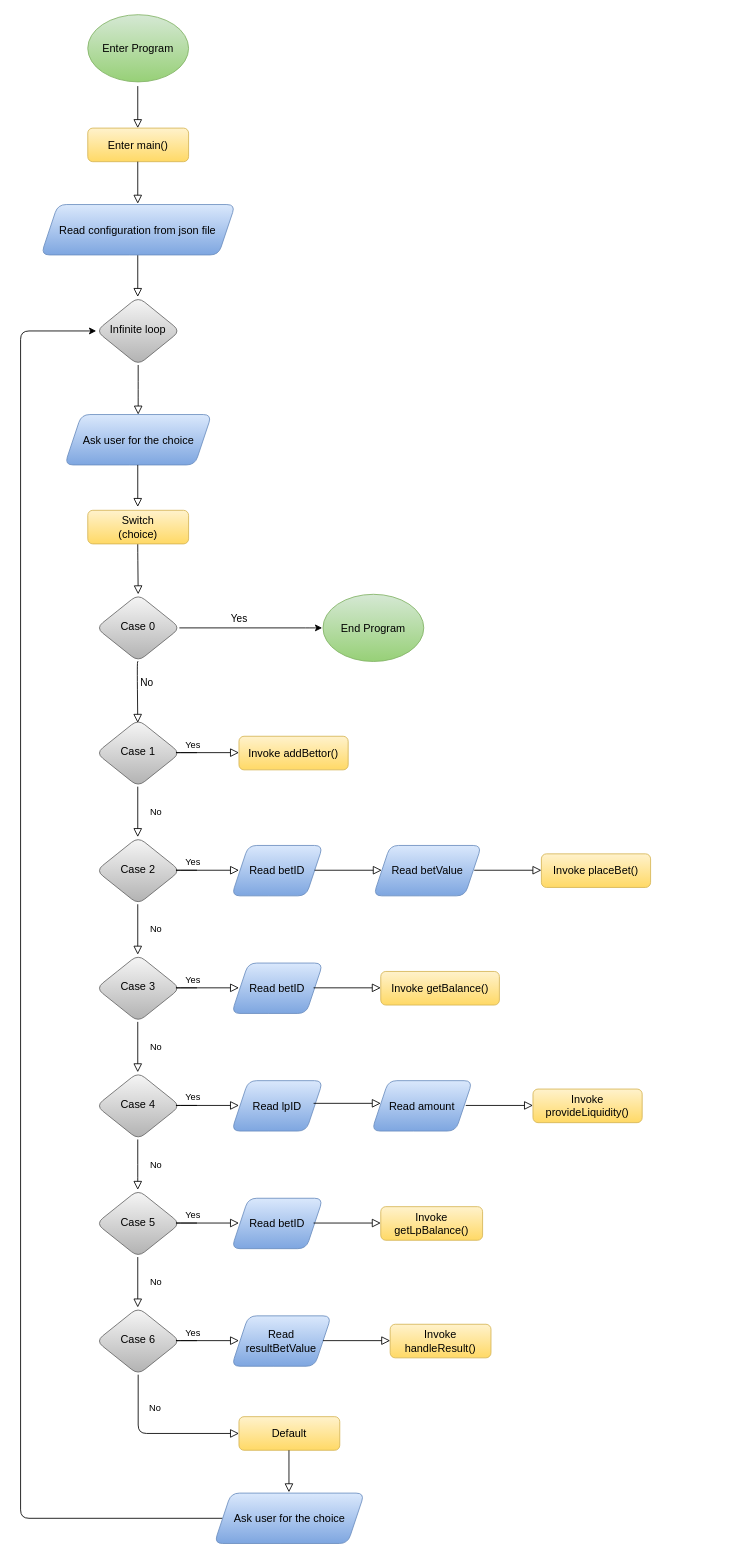
Above: Untitled Diagram.drawio in Bhawana15/betting_contract (draw.io), before the change. Source tidied: cells renumbered, new cells numbered last; positions are measured from the earlier drawing's top-left corner, leaving out a move shared by most shapes. Both pictures are drawn from the tidied source at 84%, with x=0, y=0 at pixel (20, 14).
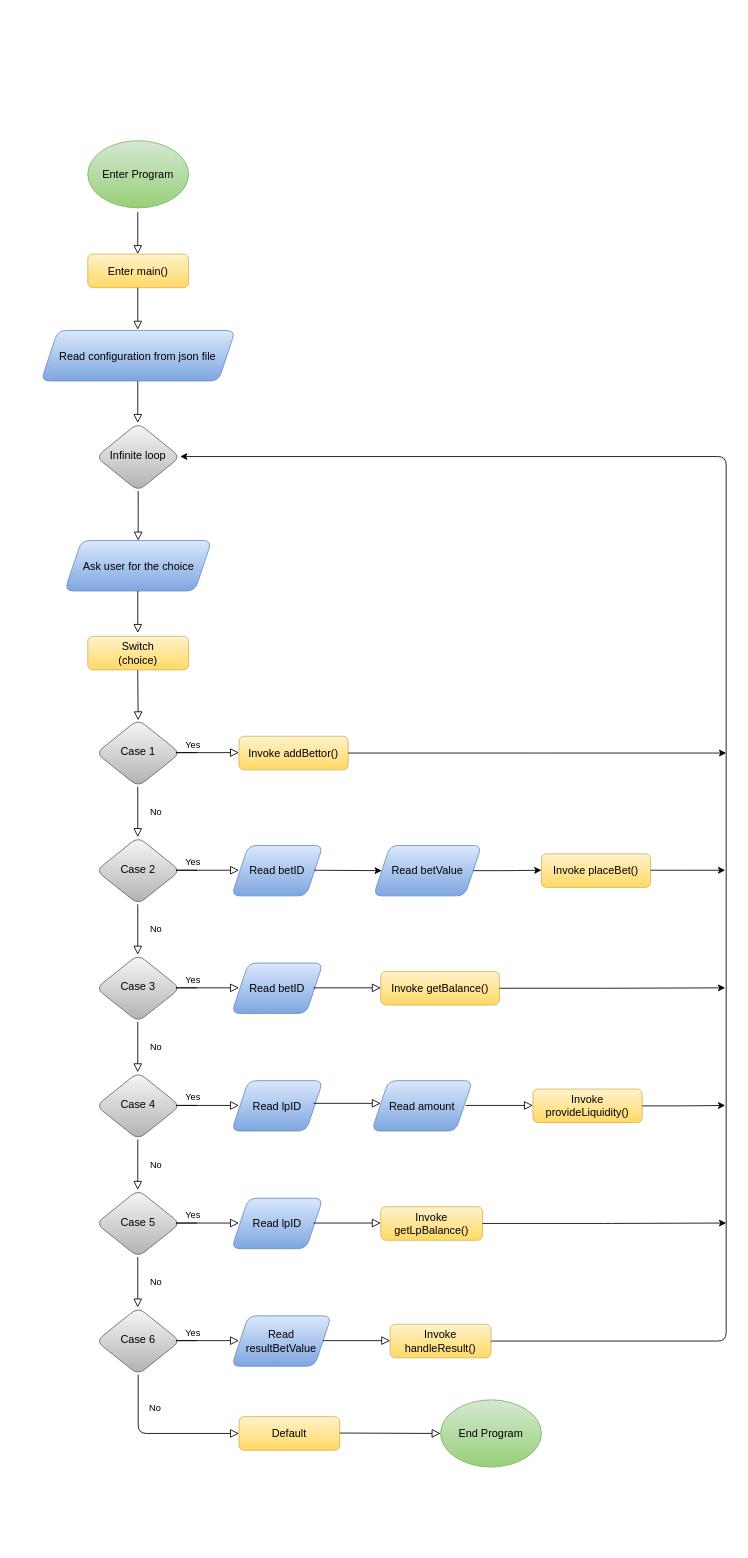
Above is the later version.

The change refers to these unchanged cells:
```xml
<mxCell id="28" value="&lt;font style=&quot;font-size: 13px&quot;&gt;Invoke handleResult()&lt;/font&gt;" style="whiteSpace=wrap;html=1;fontSize=12;glass=0;strokeWidth=1;shadow=0;fillColor=#fff2cc;strokeColor=#d6b656;gradientColor=#ffd966;rounded=1;" parent="1" vertex="1">
  <mxGeometry x="440" y="1559" width="120" height="40" as="geometry" />
</mxCell>
<mxCell id="29" value="&lt;font style=&quot;font-size: 13px&quot;&gt;Invoke getLpBalance()&lt;/font&gt;" style="whiteSpace=wrap;html=1;fontSize=12;glass=0;strokeWidth=1;shadow=0;fillColor=#fff2cc;strokeColor=#d6b656;gradientColor=#ffd966;rounded=1;" parent="1" vertex="1">
  <mxGeometry x="428.8" y="1419" width="121.2" height="40" as="geometry" />
</mxCell>
<mxCell id="30" value="&lt;font style=&quot;font-size: 13px&quot;&gt;Invoke provideLiquidity()&lt;/font&gt;" style="whiteSpace=wrap;html=1;fontSize=12;glass=0;strokeWidth=1;shadow=0;fillColor=#fff2cc;strokeColor=#d6b656;gradientColor=#ffd966;rounded=1;" parent="1" vertex="1">
  <mxGeometry x="610" y="1279" width="130" height="40" as="geometry" />
</mxCell>
<mxCell id="45" value="&lt;font style=&quot;font-size: 13px&quot;&gt;Read betValue&lt;/font&gt;" style="shape=parallelogram;perimeter=parallelogramPerimeter;whiteSpace=wrap;html=1;fixedSize=1;rounded=1;glass=0;strokeColor=#6c8ebf;gradientColor=#7ea6e0;fillColor=#dae8fc;" parent="1" vertex="1">
  <mxGeometry x="420" y="989" width="128.8" height="60" as="geometry" />
</mxCell>
```

Diff of the diagram source:
```diff
@@
     <mxCell id="2" style="html=1;jettySize=auto;orthogonalLoop=1;fontSize=11;endArrow=block;endFill=0;endSize=8;strokeWidth=1;shadow=0;labelBackgroundColor=none;edgeStyle=orthogonalEdgeStyle;" parent="1" edge="1">
       <mxGeometry relative="1" as="geometry">
-        <mxPoint x="139.5" y="610" as="sourcePoint" />
-        <mxPoint x="140" y="690" as="targetPoint" />
+        <mxPoint x="139.5" y="760" as="sourcePoint" />
+        <mxPoint x="140" y="840" as="targetPoint" />
         <Array as="points">
-          <mxPoint x="139.5" y="640" />
-          <mxPoint x="139.5" y="640" />
+          <mxPoint x="139.5" y="790" />
+          <mxPoint x="139.5" y="790" />
         </Array>
       </mxGeometry>
     </mxCell>
     <mxCell id="3" value="&lt;font style=&quot;font-size: 13px&quot;&gt;Switch&lt;br&gt;(choice)&lt;/font&gt;" style="whiteSpace=wrap;html=1;fontSize=12;glass=0;strokeWidth=1;shadow=0;fillColor=#fff2cc;strokeColor=#d6b656;gradientColor=#ffd966;rounded=1;" parent="1" vertex="1">
-      <mxGeometry x="80" y="590" width="120" height="40" as="geometry" />
+      <mxGeometry x="80" y="740" width="120" height="40" as="geometry" />
     </mxCell>
@@
     <mxCell id="7" style="html=1;jettySize=auto;fontSize=11;endArrow=block;endFill=0;endSize=8;strokeWidth=1;shadow=0;labelBackgroundColor=none;edgeStyle=orthogonalEdgeStyle;" parent="1" edge="1" source="42">
       <mxGeometry relative="1" as="geometry">
-        <mxPoint x="140" y="476" as="targetPoint" />
+        <mxPoint x="140" y="626" as="targetPoint" />
       </mxGeometry>
     </mxCell>
@@
     <mxCell id="19" style="html=1;jettySize=auto;orthogonalLoop=1;fontSize=11;endArrow=block;endFill=0;endSize=8;strokeWidth=1;shadow=0;labelBackgroundColor=none;edgeStyle=orthogonalEdgeStyle;" parent="1" edge="1">
       <mxGeometry relative="1" as="geometry">
-        <mxPoint x="139.5" y="85" as="sourcePoint" />
-        <mxPoint x="139.5" y="135" as="targetPoint" />
+        <mxPoint x="139.5" y="235" as="sourcePoint" />
+        <mxPoint x="139.5" y="285" as="targetPoint" />
       </mxGeometry>
     </mxCell>
     <mxCell id="20" value="&lt;font style=&quot;font-size: 13px&quot;&gt;Enter main()&lt;/font&gt;" style="whiteSpace=wrap;html=1;fontSize=12;glass=0;strokeWidth=1;shadow=0;fillColor=#fff2cc;strokeColor=#d6b656;gradientColor=#ffd966;rounded=1;" parent="1" vertex="1">
-      <mxGeometry x="80" y="135" width="120" height="40" as="geometry" />
+      <mxGeometry x="80" y="285" width="120" height="40" as="geometry" />
     </mxCell>
     <mxCell id="21" style="html=1;jettySize=auto;orthogonalLoop=1;fontSize=11;endArrow=block;endFill=0;endSize=8;strokeWidth=1;shadow=0;labelBackgroundColor=none;edgeStyle=orthogonalEdgeStyle;" parent="1" edge="1">
       <mxGeometry relative="1" as="geometry">
-        <mxPoint x="139.5" y="175" as="sourcePoint" />
-        <mxPoint x="139.5" y="225" as="targetPoint" />
+        <mxPoint x="139.5" y="325" as="sourcePoint" />
+        <mxPoint x="139.5" y="375" as="targetPoint" />
       </mxGeometry>
     </mxCell>
     <mxCell id="22" style="html=1;jettySize=auto;orthogonalLoop=1;fontSize=11;endArrow=block;endFill=0;endSize=8;strokeWidth=1;shadow=0;labelBackgroundColor=none;edgeStyle=orthogonalEdgeStyle;" parent="1" edge="1">
       <mxGeometry relative="1" as="geometry">
-        <mxPoint x="139.5" y="286" as="sourcePoint" />
-        <mxPoint x="139.5" y="336" as="targetPoint" />
+        <mxPoint x="139.5" y="436" as="sourcePoint" />
+        <mxPoint x="139.5" y="486" as="targetPoint" />
       </mxGeometry>
     </mxCell>
@@
     <mxCell id="33" value="&lt;font style=&quot;font-size: 13px&quot;&gt;Enter Program&lt;br&gt;&lt;/font&gt;" style="ellipse;whiteSpace=wrap;html=1;fillColor=#d5e8d4;strokeColor=#82b366;gradientColor=#97d077;rounded=1;" parent="1" vertex="1">
-      <mxGeometry x="80" width="120" height="80" as="geometry" />
+      <mxGeometry x="80" y="150" width="120" height="80" as="geometry" />
     </mxCell>
     <mxCell id="34" value="&lt;font style=&quot;font-size: 13px&quot;&gt;End Program&lt;br&gt;&lt;/font&gt;" style="ellipse;whiteSpace=wrap;html=1;fillColor=#d5e8d4;strokeColor=#82b366;gradientColor=#97d077;rounded=1;" parent="1" vertex="1">
-      <mxGeometry x="360" y="690" width="120" height="80" as="geometry" />
+      <mxGeometry x="500" y="1649" width="120" height="80" as="geometry" />
     </mxCell>
     <mxCell id="35" value="&lt;font style=&quot;font-size: 13px&quot;&gt;Read configuration from json file&lt;/font&gt;" style="shape=parallelogram;perimeter=parallelogramPerimeter;whiteSpace=wrap;html=1;fixedSize=1;fillColor=#dae8fc;strokeColor=#6c8ebf;gradientColor=#7ea6e0;rounded=1;" parent="1" vertex="1">
-      <mxGeometry x="24.4" y="226" width="231.2" height="60" as="geometry" />
+      <mxGeometry x="24.4" y="376" width="231.2" height="60" as="geometry" />
     </mxCell>
     <mxCell id="36" value="&lt;font style=&quot;font-size: 13px&quot;&gt;Ask user for the choice&lt;/font&gt;" style="shape=parallelogram;perimeter=parallelogramPerimeter;whiteSpace=wrap;html=1;fixedSize=1;fillColor=#dae8fc;strokeColor=#6c8ebf;gradientColor=#7ea6e0;rounded=1;" parent="1" vertex="1">
-      <mxGeometry x="52.5" y="476" width="175" height="60" as="geometry" />
+      <mxGeometry x="52.5" y="626" width="175" height="60" as="geometry" />
     </mxCell>
@@
-    <mxCell id="38" style="edgeStyle=elbowEdgeStyle;elbow=horizontal;endArrow=classic;html=1;entryX=0;entryY=0.5;entryDx=0;entryDy=0;exitX=0;exitY=0.5;exitDx=0;exitDy=0;" parent="1" edge="1" source="39" target="42">
+    <mxCell id="38" style="edgeStyle=elbowEdgeStyle;elbow=horizontal;endArrow=classic;html=1;exitX=1;exitY=0.5;exitDx=0;exitDy=0;" parent="1" edge="1" source="28">
       <mxGeometry relative="1" as="geometry">
+        <mxPoint x="190" y="526" as="targetPoint" />
         <Array as="points">
-          <mxPoint y="556" />
-          <mxPoint x="40" y="476" />
-          <mxPoint x="14" y="516" />
-          <mxPoint x="14" y="1786" />
+          <mxPoint x="840" y="550" />
+          <mxPoint x="840" y="579" />
+          <mxPoint x="880" y="499" />
+          <mxPoint x="854" y="539" />
+          <mxPoint x="854" y="1809" />
         </Array>
       </mxGeometry>
     </mxCell>
-    <mxCell id="39" value="&lt;font style=&quot;font-size: 13px&quot;&gt;Ask user for the choice&lt;/font&gt;" style="shape=parallelogram;perimeter=parallelogramPerimeter;whiteSpace=wrap;html=1;fixedSize=1;rounded=1;glass=0;strokeColor=#6c8ebf;gradientColor=#7ea6e0;fillColor=#dae8fc;" parent="1" vertex="1">
-      <mxGeometry x="230.6" y="1760" width="178.8" height="60" as="geometry" />
-    </mxCell>
-    <mxCell id="40" style="html=1;jettySize=auto;orthogonalLoop=1;fontSize=11;endArrow=block;endFill=0;endSize=8;strokeWidth=1;shadow=0;labelBackgroundColor=none;edgeStyle=orthogonalEdgeStyle;" parent="1" edge="1">
-      <mxGeometry relative="1" as="geometry">
-        <mxPoint x="319.5" y="1709" as="sourcePoint" />
-        <mxPoint x="319.5" y="1759" as="targetPoint" />
-      </mxGeometry>
-    </mxCell>
     <mxCell id="41" style="html=1;jettySize=auto;orthogonalLoop=1;fontSize=11;endArrow=block;endFill=0;endSize=8;strokeWidth=1;shadow=0;labelBackgroundColor=none;edgeStyle=orthogonalEdgeStyle;" parent="1" edge="1">
       <mxGeometry relative="1" as="geometry">
-        <mxPoint x="139.5" y="536" as="sourcePoint" />
-        <mxPoint x="139.5" y="586" as="targetPoint" />
+        <mxPoint x="139.5" y="686" as="sourcePoint" />
+        <mxPoint x="139.5" y="736" as="targetPoint" />
       </mxGeometry>
     </mxCell>
     <mxCell id="42" value="&lt;font style=&quot;font-size: 13px&quot;&gt;Infinite loop&lt;/font&gt;" style="rhombus;whiteSpace=wrap;html=1;shadow=0;fontFamily=Helvetica;fontSize=12;align=center;strokeWidth=1;spacing=6;spacingTop=-4;fillColor=#f5f5f5;strokeColor=#666666;gradientColor=#b3b3b3;rounded=1;" parent="1" vertex="1">
-      <mxGeometry x="90" y="336" width="100" height="81" as="geometry" />
+      <mxGeometry x="90" y="486" width="100" height="81" as="geometry" />
     </mxCell>
-    <mxCell id="43" style="edgeStyle=elbowEdgeStyle;elbow=vertical;endArrow=classic;html=1;" parent="1" edge="1">
-      <mxGeometry relative="1" as="geometry">
-        <mxPoint x="189" y="730" as="sourcePoint" />
-        <mxPoint x="359" y="730" as="targetPoint" />
-        <Array as="points">
-          <mxPoint x="349" y="730" />
-          <mxPoint x="379" y="740" />
-        </Array>
-      </mxGeometry>
-    </mxCell>
@@
-    <mxCell id="46" style="html=1;jettySize=auto;orthogonalLoop=1;fontSize=11;endArrow=block;endFill=0;endSize=8;strokeWidth=1;shadow=0;labelBackgroundColor=none;edgeStyle=orthogonalEdgeStyle;" parent="1" edge="1">
-      <mxGeometry relative="1" as="geometry">
-        <mxPoint x="350" y="1018.5" as="sourcePoint" />
-        <mxPoint x="430" y="1018.5" as="targetPoint" />
-      </mxGeometry>
-    </mxCell>
-    <mxCell id="47" style="html=1;jettySize=auto;orthogonalLoop=1;fontSize=11;endArrow=block;endFill=0;endSize=8;strokeWidth=1;shadow=0;labelBackgroundColor=none;edgeStyle=orthogonalEdgeStyle;" parent="1" edge="1">
-      <mxGeometry relative="1" as="geometry">
-        <mxPoint x="540" y="1018.5" as="sourcePoint" />
-        <mxPoint x="620" y="1018.5" as="targetPoint" />
-      </mxGeometry>
-    </mxCell>
@@
-    <mxCell id="50" value="&lt;font style=&quot;font-size: 13px&quot;&gt;Read betID&lt;/font&gt;" style="shape=parallelogram;perimeter=parallelogramPerimeter;whiteSpace=wrap;html=1;fixedSize=1;rounded=1;glass=0;strokeColor=#6c8ebf;gradientColor=#7ea6e0;fillColor=#dae8fc;" parent="1" vertex="1">
+    <mxCell id="50" value="&lt;font style=&quot;font-size: 13px&quot;&gt;Read lpID&lt;/font&gt;" style="shape=parallelogram;perimeter=parallelogramPerimeter;whiteSpace=wrap;html=1;fixedSize=1;rounded=1;glass=0;strokeColor=#6c8ebf;gradientColor=#7ea6e0;fillColor=#dae8fc;" parent="1" vertex="1">
       <mxGeometry x="251.2" y="1409" width="108.8" height="60" as="geometry" />
     </mxCell>
@@
-    <mxCell id="58" value="&lt;font style=&quot;font-size: 13px&quot;&gt;Case 0&lt;/font&gt;" style="rhombus;whiteSpace=wrap;html=1;shadow=0;fontFamily=Helvetica;fontSize=12;align=center;strokeWidth=1;spacing=6;spacingTop=-4;fillColor=#f5f5f5;strokeColor=#666666;gradientColor=#b3b3b3;rounded=1;" parent="1" vertex="1">
-      <mxGeometry x="90" y="690" width="100" height="80" as="geometry" />
-    </mxCell>
-    <mxCell id="59" value="Yes" style="text;html=1;align=center;verticalAlign=middle;strokeColor=none;" parent="1" vertex="1">
-      <mxGeometry x="240" y="709" width="40" height="20" as="geometry" />
-    </mxCell>
-    <mxCell id="60" style="html=1;jettySize=auto;orthogonalLoop=1;fontSize=11;endArrow=block;endFill=0;endSize=8;strokeWidth=1;shadow=0;labelBackgroundColor=none;edgeStyle=orthogonalEdgeStyle;" parent="1" edge="1">
-      <mxGeometry relative="1" as="geometry">
-        <mxPoint x="140" y="770" as="sourcePoint" />
-        <mxPoint x="139.5" y="843" as="targetPoint" />
-        <Array as="points">
-          <mxPoint x="139" y="793" />
-          <mxPoint x="139" y="793" />
-        </Array>
-      </mxGeometry>
-    </mxCell>
-    <mxCell id="61" value="No" style="text;html=1;align=center;verticalAlign=middle;strokeColor=none;" parent="1" vertex="1">
-      <mxGeometry x="135" y="786" width="30" height="20" as="geometry" />
-    </mxCell>
+    <mxCell id="62" style="html=1;jettySize=auto;fontSize=11;endArrow=block;endFill=0;endSize=8;strokeWidth=1;shadow=0;labelBackgroundColor=none;edgeStyle=orthogonalEdgeStyle;entryX=0;entryY=0.5;entryDx=0;entryDy=0;" parent="1" edge="1" target="34">
+      <mxGeometry relative="1" as="geometry">
+        <mxPoint x="380" y="1688.5" as="sourcePoint" />
+      </mxGeometry>
+    </mxCell>
+    <mxCell id="63" style="edgeStyle=elbowEdgeStyle;elbow=horizontal;endArrow=classic;html=1;exitX=1;exitY=0.5;exitDx=0;exitDy=0;" parent="1" edge="1" source="29">
+      <mxGeometry relative="1" as="geometry">
+        <mxPoint x="840" y="1438.5" as="targetPoint" />
+      </mxGeometry>
+    </mxCell>
+    <mxCell id="64" style="edgeStyle=elbowEdgeStyle;elbow=horizontal;endArrow=classic;html=1;" parent="1" edge="1">
+      <mxGeometry relative="1" as="geometry">
+        <mxPoint x="570" y="1159" as="sourcePoint" />
+        <mxPoint x="838.8" y="1158.5" as="targetPoint" />
+      </mxGeometry>
+    </mxCell>
+    <mxCell id="65" style="edgeStyle=elbowEdgeStyle;elbow=horizontal;endArrow=classic;html=1;exitX=1;exitY=0.5;exitDx=0;exitDy=0;" parent="1" edge="1">
+      <mxGeometry relative="1" as="geometry">
+        <mxPoint x="390" y="879" as="sourcePoint" />
+        <mxPoint x="840" y="879" as="targetPoint" />
+      </mxGeometry>
+    </mxCell>
+    <mxCell id="66" style="edgeStyle=elbowEdgeStyle;elbow=horizontal;endArrow=classic;html=1;" parent="1" edge="1">
+      <mxGeometry relative="1" as="geometry">
+        <mxPoint x="750" y="1018.5" as="sourcePoint" />
+        <mxPoint x="838.8" y="1018.5" as="targetPoint" />
+      </mxGeometry>
+    </mxCell>
+    <mxCell id="67" style="edgeStyle=elbowEdgeStyle;elbow=horizontal;endArrow=classic;html=1;exitX=1;exitY=0.5;exitDx=0;exitDy=0;" parent="1" edge="1" source="45">
+      <mxGeometry relative="1" as="geometry">
+        <mxPoint x="620" y="1018.5" as="targetPoint" />
+      </mxGeometry>
+    </mxCell>
+    <mxCell id="68" style="edgeStyle=elbowEdgeStyle;elbow=horizontal;endArrow=classic;html=1;entryX=0;entryY=0.5;entryDx=0;entryDy=0;" parent="1" edge="1" target="45">
+      <mxGeometry relative="1" as="geometry">
+        <mxPoint x="351.2" y="1018.5" as="sourcePoint" />
+        <Array as="points">
+          <mxPoint x="349.2" y="1018.5" />
+        </Array>
+      </mxGeometry>
+    </mxCell>
+    <mxCell id="69" style="edgeStyle=elbowEdgeStyle;elbow=horizontal;endArrow=classic;html=1;exitX=1;exitY=0.5;exitDx=0;exitDy=0;" parent="1" edge="1" source="30">
+      <mxGeometry relative="1" as="geometry">
+        <mxPoint x="838.8" y="1298.5" as="targetPoint" />
+        <Array as="points">
+          <mxPoint x="794" y="1299" />
+        </Array>
+      </mxGeometry>
+    </mxCell>
```
